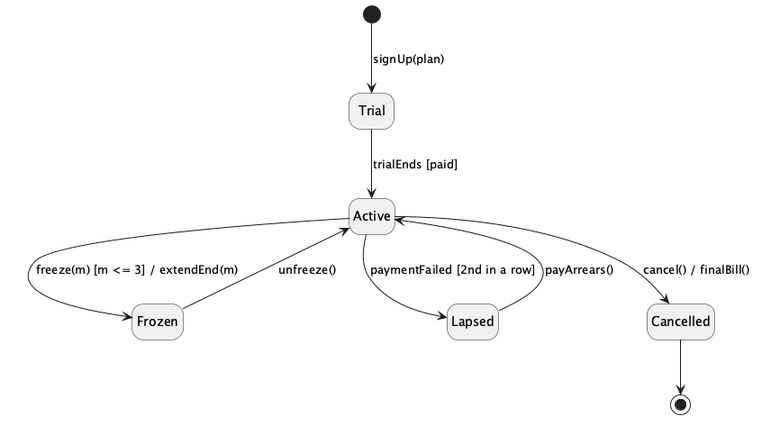
Above: report/analysis/membership-statechart.png in CS6451-Advanced-Software-Design/Gym-Membership (PlantUML), before the change. The source it was exported from:
```plantuml
@startuml membership-statechart
!include ../style.iuml
hide empty description

[*] --> Trial : signUp(plan)
Trial --> Active : trialEnds [paid]
Active --> Frozen : freeze(m) [m <= 3] / extendEnd(m)
Frozen --> Active : unfreeze()
Active --> Lapsed : paymentFailed [2nd in a row]
Lapsed --> Active : payArrears()
Active --> Cancelled : cancel() / finalBill()
Cancelled --> [*]
@enduml
```
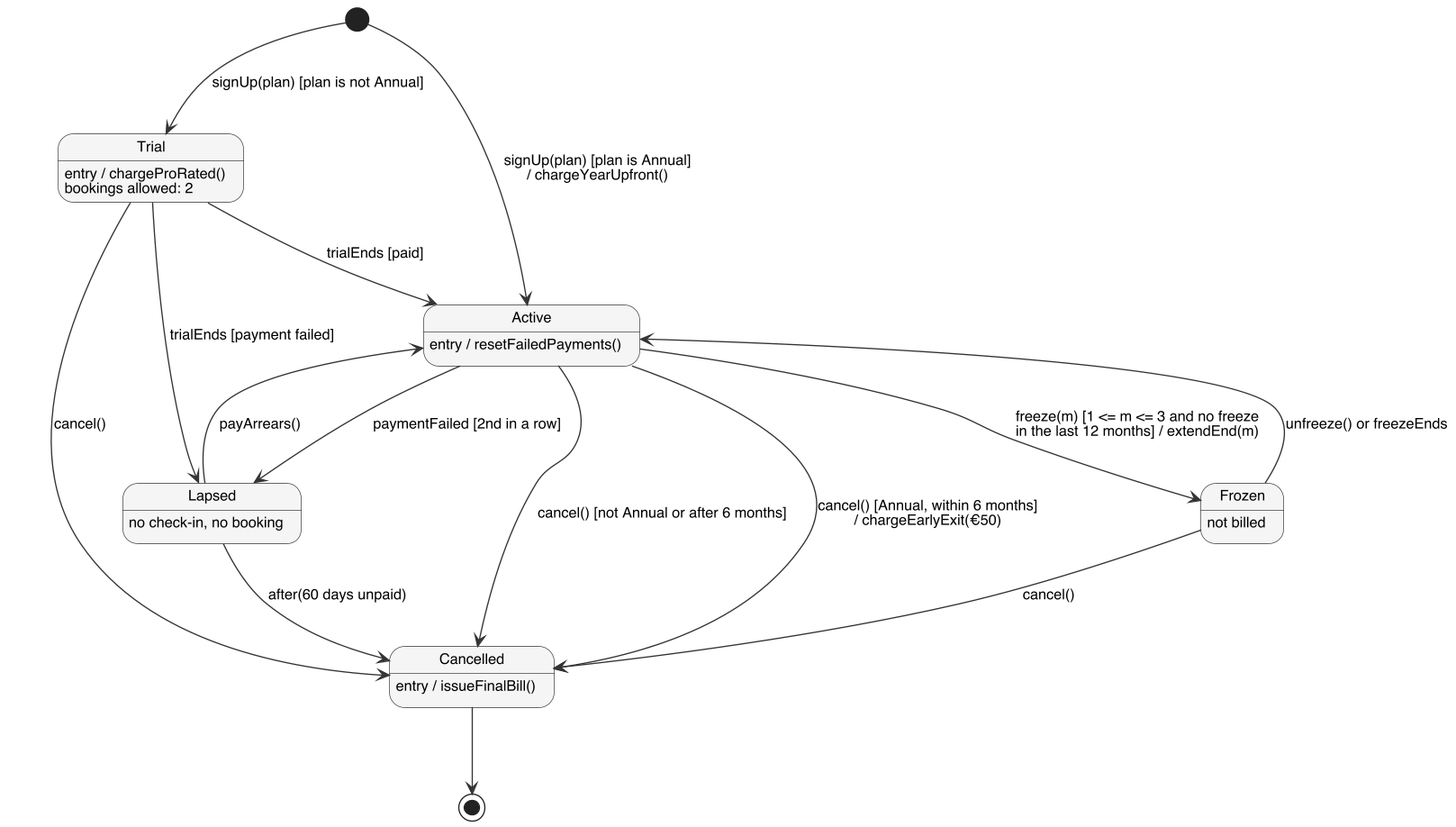
The same diagram one commit later.

Commit message:
docs: redraw the Membership state chart and settle its open questions

Change to the diagram source:
```diff
@@ -1,13 +1,34 @@
-@startuml membership-statechart
-!include ../style.iuml
-hide empty description
+@startuml
+!include common.iuml
+skinparam state {
+  BackgroundColor #F5F5F5
+  BorderColor #333333
+}
+skinparam nodesep 70
+skinparam ranksep 70
 
-[*] --> Trial : signUp(plan)
+state Trial : entry / chargeProRated()\nbookings allowed: 2
+state Active : entry / resetFailedPayments()
+state Frozen : not billed
+state Lapsed : no check-in, no booking
+state Cancelled : entry / issueFinalBill()
+
+[*] --> Trial : signUp(plan) [plan is not Annual]
+[*] --> Active : signUp(plan) [plan is Annual]\n/ chargeYearUpfront()
+
 Trial --> Active : trialEnds [paid]
-Active --> Frozen : freeze(m) [m <= 3] / extendEnd(m)
-Frozen --> Active : unfreeze()
+Trial --> Lapsed : trialEnds [payment failed]
+Trial --> Cancelled : cancel()
+
+Active --> Frozen : freeze(m) [1 <= m <= 3 and no freeze\nin the last 12 months] / extendEnd(m)
+Frozen --> Active : unfreeze() or freezeEnds
 Active --> Lapsed : paymentFailed [2nd in a row]
 Lapsed --> Active : payArrears()
-Active --> Cancelled : cancel() / finalBill()
+
+Active --> Cancelled : cancel() [not Annual or after 6 months]
+Active --> Cancelled : cancel() [Annual, within 6 months]\n/ chargeEarlyExit(€50)
+Frozen --> Cancelled : cancel()
+Lapsed --> Cancelled : after(60 days unpaid)
+
 Cancelled --> [*]
 @enduml
```
